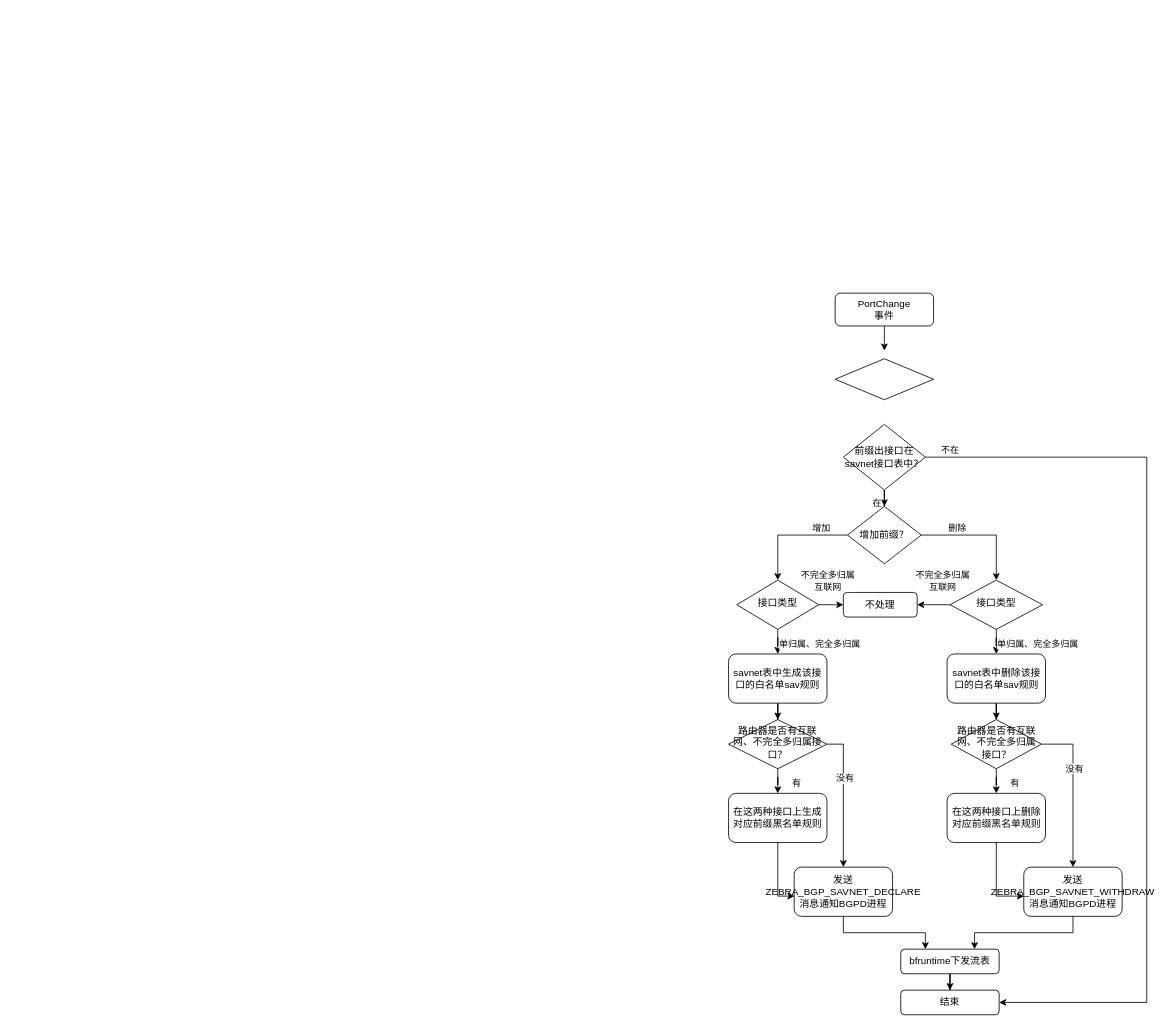
Gxch2018/RDMA-Tutorial keeps this draw.io diagram as page "第 4 页" (4 of 4) of 未命名绘图.drawio. Above is the earlier version. Source tidied: cells renumbered, new cells numbered last; positions are measured from the earlier drawing's top-left corner, leaving out a move shared by most shapes. Both pictures are drawn from the tidied source at 82%, with x=0, y=0 at pixel (728, 293).
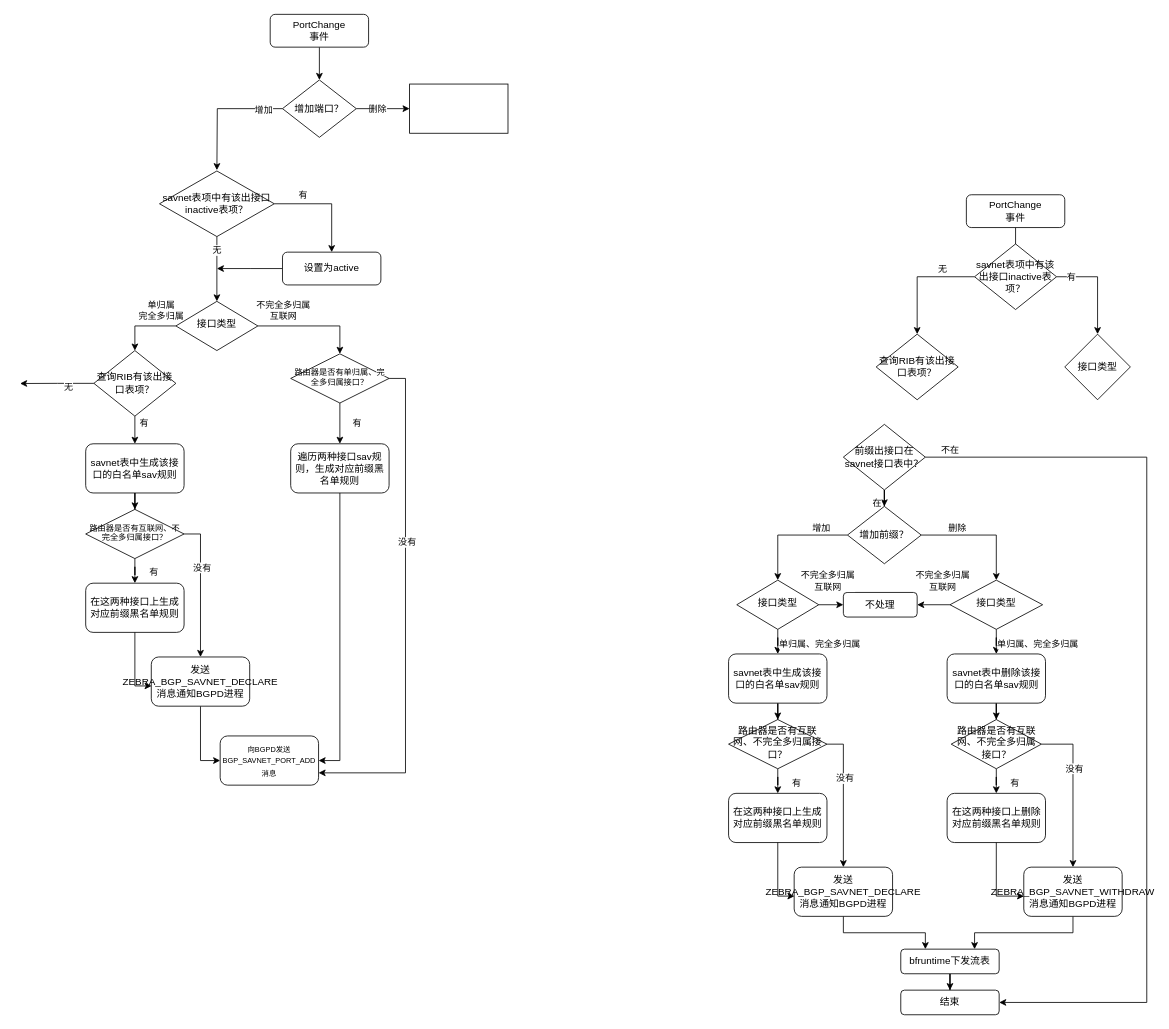
The same diagram, later.

Commit message:
更新未命名绘图.drawio

The edit, as a diff of the source:
```diff
@@
-    <mxCell id="2" style="edgeStyle=orthogonalEdgeStyle;rounded=0;jettySize=auto;html=1;" parent="1" edge="1" source="3">
+    <mxCell id="2" style="edgeStyle=orthogonalEdgeStyle;rounded=0;orthogonalLoop=1;jettySize=auto;html=1;entryX=0.499;entryY=0.043;entryDx=0;entryDy=0;entryPerimeter=0;exitX=0.5;exitY=1;exitDx=0;exitDy=0;" parent="1" edge="1">
       <mxGeometry relative="1" as="geometry">
-        <mxPoint x="190" y="70" as="targetPoint" />
+        <mxPoint x="350" y="-80" as="sourcePoint" />
+        <mxPoint x="350" y="-25.6" as="targetPoint" />
       </mxGeometry>
     </mxCell>
-    <mxCell id="3" value="PortChange&lt;br&gt;事件" style="rounded=1;whiteSpace=wrap;html=1;fontSize=12;glass=0;strokeWidth=1;shadow=0;" parent="1" vertex="1">
-      <mxGeometry x="130" width="120" height="40" as="geometry" />
-    </mxCell>
@@
-    <mxCell id="51" style="rhombus;whiteSpace=wrap;html=1;" parent="1" vertex="1">
-      <mxGeometry x="130" y="80" width="120" height="50" as="geometry" />
-    </mxCell>
+    <mxCell id="52" value="查询RIB有该出接口表项？" style="rhombus;whiteSpace=wrap;html=1;" parent="1" vertex="1">
+      <mxGeometry x="180" y="50" width="100" height="80" as="geometry" />
+    </mxCell>
+    <mxCell id="53" style="edgeStyle=orthogonalEdgeStyle;rounded=0;jettySize=auto;html=1;" parent="1" edge="1" source="54">
+      <mxGeometry relative="1" as="geometry">
+        <mxPoint x="-624" y="-30" as="targetPoint" />
+      </mxGeometry>
+    </mxCell>
+    <mxCell id="54" value="设置为active" style="rounded=1;whiteSpace=wrap;html=1;" parent="1" vertex="1">
+      <mxGeometry x="-544" y="-50" width="120" height="40" as="geometry" />
+    </mxCell>
+    <mxCell id="55" style="edgeStyle=orthogonalEdgeStyle;rounded=0;jettySize=auto;html=1;" parent="1" edge="1" source="59" target="52">
+      <mxGeometry relative="1" as="geometry" />
+    </mxCell>
+    <mxCell id="56" value="无" style="edgeLabel;html=1;align=center;verticalAlign=middle;" parent="55" vertex="1">
+      <mxGeometry x="-0.56" y="1" relative="1" as="geometry">
+        <mxPoint x="-9" y="-11" as="offset" />
+      </mxGeometry>
+    </mxCell>
+    <mxCell id="57" style="edgeStyle=orthogonalEdgeStyle;rounded=0;jettySize=auto;html=1;entryX=0.5;entryY=0;entryDx=0;entryDy=0;" parent="1" edge="1" source="59" target="60">
+      <mxGeometry relative="1" as="geometry" />
+    </mxCell>
+    <mxCell id="58" value="有" style="edgeLabel;html=1;align=center;verticalAlign=middle;" parent="57" vertex="1">
+      <mxGeometry x="-0.72" relative="1" as="geometry" />
+    </mxCell>
+    <mxCell id="59" value="savnet表项中有该出接口inactive表项？" style="rhombus;whiteSpace=wrap;html=1;" parent="1" vertex="1">
+      <mxGeometry x="300" y="-60" width="100" height="80" as="geometry" />
+    </mxCell>
+    <mxCell id="60" value="接口类型" style="rhombus;whiteSpace=wrap;html=1;" parent="1" vertex="1">
+      <mxGeometry x="410" y="50" width="80" height="80" as="geometry" />
+    </mxCell>
+    <mxCell id="61" value="PortChange&lt;br&gt;事件" style="rounded=1;whiteSpace=wrap;html=1;fontSize=12;glass=0;strokeWidth=1;shadow=0;" parent="1" vertex="1">
+      <mxGeometry x="290" y="-120" width="120" height="40" as="geometry" />
+    </mxCell>
+    <mxCell id="62" style="edgeStyle=orthogonalEdgeStyle;rounded=0;jettySize=auto;html=1;" parent="1" edge="1" source="71" target="67">
+      <mxGeometry relative="1" as="geometry" />
+    </mxCell>
+    <mxCell id="63" value="无" style="edgeLabel;html=1;align=center;verticalAlign=middle;" parent="62" vertex="1">
+      <mxGeometry x="-0.59" y="-1" relative="1" as="geometry" />
+    </mxCell>
+    <mxCell id="64" style="edgeStyle=orthogonalEdgeStyle;rounded=0;jettySize=auto;html=1;entryX=0.5;entryY=0;entryDx=0;entryDy=0;exitX=0;exitY=0.5;exitDx=0;exitDy=0;" parent="1" edge="1" source="67" target="84">
+      <mxGeometry relative="1" as="geometry" />
+    </mxCell>
+    <mxCell id="65" value="单归属&lt;br&gt;完全多归属" style="edgeLabel;html=1;align=center;verticalAlign=middle;" parent="64" vertex="1">
+      <mxGeometry x="-0.23" relative="1" as="geometry">
+        <mxPoint x="12" y="-20" as="offset" />
+      </mxGeometry>
+    </mxCell>
+    <mxCell id="66" style="edgeStyle=orthogonalEdgeStyle;rounded=0;jettySize=auto;html=1;entryX=0.5;entryY=0;entryDx=0;entryDy=0;" parent="1" edge="1" source="67" target="100">
+      <mxGeometry relative="1" as="geometry">
+        <Array as="points">
+          <mxPoint x="-474" y="40" />
+        </Array>
+      </mxGeometry>
+    </mxCell>
+    <mxCell id="67" value="接口类型" style="rhombus;whiteSpace=wrap;html=1;shadow=0;strokeWidth=1;spacing=6;spacingTop=-4;" parent="1" vertex="1">
+      <mxGeometry x="-674" y="10" width="100" height="60" as="geometry" />
+    </mxCell>
+    <mxCell id="68" value="不完全多归属&lt;br&gt;互联网" style="edgeLabel;html=1;align=center;verticalAlign=middle;" parent="1" vertex="1">
+      <mxGeometry x="-544" y="-10" as="geometry">
+        <mxPoint y="30" as="offset" />
+      </mxGeometry>
+    </mxCell>
+    <mxCell id="69" style="edgeStyle=orthogonalEdgeStyle;rounded=0;jettySize=auto;html=1;exitX=1;exitY=0.5;exitDx=0;exitDy=0;entryX=0.5;entryY=0;entryDx=0;entryDy=0;" parent="1" edge="1" source="71" target="54">
+      <mxGeometry relative="1" as="geometry" />
+    </mxCell>
+    <mxCell id="70" value="有" style="edgeLabel;html=1;align=center;verticalAlign=middle;" parent="69" vertex="1">
+      <mxGeometry x="-0.23" y="-2" relative="1" as="geometry">
+        <mxPoint x="-16" y="-13" as="offset" />
+      </mxGeometry>
+    </mxCell>
+    <mxCell id="71" value="savnet表项中有该出接口inactive表项？" style="rhombus;whiteSpace=wrap;html=1;" parent="1" vertex="1">
+      <mxGeometry x="-694" y="-149" width="140" height="80" as="geometry" />
+    </mxCell>
+    <mxCell id="72" style="edgeStyle=orthogonalEdgeStyle;rounded=0;jettySize=auto;html=1;" parent="1" edge="1" source="73" target="78">
+      <mxGeometry relative="1" as="geometry" />
+    </mxCell>
+    <mxCell id="73" value="PortChange&lt;br&gt;事件" style="rounded=1;whiteSpace=wrap;html=1;fontSize=12;glass=0;strokeWidth=1;shadow=0;" parent="1" vertex="1">
+      <mxGeometry x="-559" y="-340" width="120" height="40" as="geometry" />
+    </mxCell>
+    <mxCell id="74" style="edgeStyle=orthogonalEdgeStyle;rounded=0;jettySize=auto;html=1;" parent="1" edge="1" source="78">
+      <mxGeometry relative="1" as="geometry">
+        <mxPoint x="-624" y="-150" as="targetPoint" />
+      </mxGeometry>
+    </mxCell>
+    <mxCell id="75" value="增加" style="edgeLabel;html=1;align=center;verticalAlign=middle;" parent="74" vertex="1">
+      <mxGeometry x="-0.69" y="1" relative="1" as="geometry" />
+    </mxCell>
+    <mxCell id="76" style="edgeStyle=orthogonalEdgeStyle;rounded=0;jettySize=auto;html=1;" parent="1" edge="1" source="78" target="79">
+      <mxGeometry relative="1" as="geometry" />
+    </mxCell>
+    <mxCell id="77" value="删除" style="edgeLabel;html=1;align=center;verticalAlign=middle;" parent="76" vertex="1">
+      <mxGeometry x="-0.23" relative="1" as="geometry" />
+    </mxCell>
+    <mxCell id="78" value="增加端口？" style="rhombus;whiteSpace=wrap;html=1;" parent="1" vertex="1">
+      <mxGeometry x="-544" y="-260" width="90" height="70" as="geometry" />
+    </mxCell>
+    <mxCell id="79" style="whiteSpace=wrap;html=1;" parent="1" vertex="1">
+      <mxGeometry x="-389" y="-255" width="120" height="60" as="geometry" />
+    </mxCell>
+    <mxCell id="80" style="edgeStyle=orthogonalEdgeStyle;rounded=0;jettySize=auto;html=1;exitX=0;exitY=0.5;exitDx=0;exitDy=0;" parent="1" edge="1" source="84">
+      <mxGeometry relative="1" as="geometry">
+        <mxPoint x="-864" y="110.2" as="targetPoint" />
+      </mxGeometry>
+    </mxCell>
+    <mxCell id="81" value="无" style="edgeLabel;html=1;align=center;verticalAlign=middle;" parent="80" vertex="1">
+      <mxGeometry x="-0.29" y="3" relative="1" as="geometry" />
+    </mxCell>
+    <mxCell id="82" style="edgeStyle=orthogonalEdgeStyle;rounded=0;jettySize=auto;html=1;exitX=0.5;exitY=1;exitDx=0;exitDy=0;entryX=0.5;entryY=0;entryDx=0;entryDy=0;" parent="1" edge="1" source="84" target="91">
+      <mxGeometry relative="1" as="geometry" />
+    </mxCell>
+    <mxCell id="83" value="有" style="edgeLabel;html=1;align=center;verticalAlign=middle;" parent="82" vertex="1">
+      <mxGeometry x="-0.48" y="-1" relative="1" as="geometry">
+        <mxPoint x="11" y="-2" as="offset" />
+      </mxGeometry>
+    </mxCell>
+    <mxCell id="84" value="查询RIB有该出接口表项？" style="rhombus;whiteSpace=wrap;html=1;" parent="1" vertex="1">
+      <mxGeometry x="-774" y="70" width="100" height="80" as="geometry" />
+    </mxCell>
+    <mxCell id="85" style="edgeStyle=orthogonalEdgeStyle;rounded=0;jettySize=auto;html=1;entryX=0.5;entryY=0;entryDx=0;entryDy=0;" parent="1" edge="1" source="89" target="92">
+      <mxGeometry relative="1" as="geometry" />
+    </mxCell>
+    <mxCell id="86" value="有" style="edgeLabel;html=1;align=center;verticalAlign=middle;" parent="85" vertex="1">
+      <mxGeometry x="-0.05" y="-1" relative="1" as="geometry">
+        <mxPoint x="21" as="offset" />
+      </mxGeometry>
+    </mxCell>
+    <mxCell id="87" style="edgeStyle=orthogonalEdgeStyle;rounded=0;jettySize=auto;html=1;entryX=0.5;entryY=0;entryDx=0;entryDy=0;exitX=1;exitY=0.5;exitDx=0;exitDy=0;" parent="1" edge="1" source="89" target="94">
+      <mxGeometry relative="1" as="geometry" />
+    </mxCell>
+    <mxCell id="88" value="没有" style="edgeLabel;html=1;align=center;verticalAlign=middle;" parent="87" vertex="1">
+      <mxGeometry x="-0.28" y="1" relative="1" as="geometry" />
+    </mxCell>
+    <mxCell id="89" value="路由器是否有互联网、不完全多归属接口？" style="rhombus;whiteSpace=wrap;html=1;shadow=0;strokeWidth=1;spacing=6;spacingTop=-4;fontSize=10;" parent="1" vertex="1">
+      <mxGeometry x="-784" y="263.7" width="120" height="60" as="geometry" />
+    </mxCell>
+    <mxCell id="90" style="edgeStyle=orthogonalEdgeStyle;rounded=0;jettySize=auto;html=1;entryX=0.5;entryY=0;entryDx=0;entryDy=0;" parent="1" edge="1" source="91" target="89">
+      <mxGeometry relative="1" as="geometry" />
+    </mxCell>
+    <mxCell id="91" value="savnet表中生成该接口的白名单sav规则" style="rounded=1;whiteSpace=wrap;html=1;" parent="1" vertex="1">
+      <mxGeometry x="-784" y="183.7" width="120" height="60" as="geometry" />
+    </mxCell>
+    <mxCell id="92" value="在这两种接口上生成对应前缀黑名单规则" style="rounded=1;whiteSpace=wrap;html=1;" parent="1" vertex="1">
+      <mxGeometry x="-784" y="353.7" width="120" height="60" as="geometry" />
+    </mxCell>
+    <mxCell id="93" style="edgeStyle=orthogonalEdgeStyle;rounded=0;jettySize=auto;html=1;entryX=0;entryY=0.5;entryDx=0;entryDy=0;" parent="1" edge="1" source="94" target="102">
+      <mxGeometry relative="1" as="geometry" />
+    </mxCell>
+    <mxCell id="94" value="发送ZEBRA_BGP_SAVNET_DECLARE消息通知BGPD进程" style="rounded=1;whiteSpace=wrap;html=1;" parent="1" vertex="1">
+      <mxGeometry x="-704" y="443.7" width="120" height="60" as="geometry" />
+    </mxCell>
+    <mxCell id="95" style="edgeStyle=orthogonalEdgeStyle;rounded=0;jettySize=auto;html=1;exitX=0.5;exitY=1;exitDx=0;exitDy=0;entryX=0.003;entryY=0.589;entryDx=0;entryDy=0;entryPerimeter=0;" parent="1" edge="1" source="92" target="94">
+      <mxGeometry relative="1" as="geometry" />
+    </mxCell>
+    <mxCell id="96" style="edgeStyle=orthogonalEdgeStyle;rounded=0;jettySize=auto;html=1;entryX=0.5;entryY=0;entryDx=0;entryDy=0;" parent="1" edge="1" source="100" target="101">
+      <mxGeometry relative="1" as="geometry" />
+    </mxCell>
+    <mxCell id="97" value="有" style="edgeLabel;html=1;align=center;verticalAlign=middle;" parent="96" vertex="1">
+      <mxGeometry x="-0.05" y="-1" relative="1" as="geometry">
+        <mxPoint x="21" as="offset" />
+      </mxGeometry>
+    </mxCell>
+    <mxCell id="98" style="edgeStyle=orthogonalEdgeStyle;rounded=0;jettySize=auto;html=1;exitX=1;exitY=0.5;exitDx=0;exitDy=0;entryX=1;entryY=0.75;entryDx=0;entryDy=0;" parent="1" edge="1" source="100" target="102">
+      <mxGeometry relative="1" as="geometry" />
+    </mxCell>
+    <mxCell id="99" value="没有" style="edgeLabel;html=1;align=center;verticalAlign=middle;" parent="98" vertex="1">
+      <mxGeometry x="-0.28" y="1" relative="1" as="geometry" />
+    </mxCell>
+    <mxCell id="100" value="路由器是否有单归属、&lt;span style=&quot;font-size: 10px; background-color: rgb(255, 255, 255);&quot;&gt;完全多归属接口&lt;/span&gt;？" style="rhombus;whiteSpace=wrap;html=1;shadow=0;strokeWidth=1;spacing=6;spacingTop=-4;fontSize=10;" parent="1" vertex="1">
+      <mxGeometry x="-534" y="74" width="120" height="60" as="geometry" />
+    </mxCell>
+    <mxCell id="101" value="遍历两种接口sav规则，生成对应前缀黑名单规则" style="rounded=1;whiteSpace=wrap;html=1;" parent="1" vertex="1">
+      <mxGeometry x="-534" y="183.7" width="120" height="60" as="geometry" />
+    </mxCell>
+    <mxCell id="102" value="&lt;font style=&quot;font-size: 9px;&quot;&gt;向BGPD发送BGP_SAVNET_PORT_ADD消息&lt;/font&gt;" style="rounded=1;whiteSpace=wrap;html=1;" parent="1" vertex="1">
+      <mxGeometry x="-620" y="540" width="120" height="60" as="geometry" />
+    </mxCell>
+    <mxCell id="103" style="edgeStyle=orthogonalEdgeStyle;rounded=0;jettySize=auto;html=1;exitX=0.5;exitY=1;exitDx=0;exitDy=0;entryX=1;entryY=0.5;entryDx=0;entryDy=0;" parent="1" edge="1" source="101" target="102">
+      <mxGeometry relative="1" as="geometry">
+        <Array as="points">
+          <mxPoint x="-474" y="570" />
+        </Array>
+      </mxGeometry>
+    </mxCell>
```
